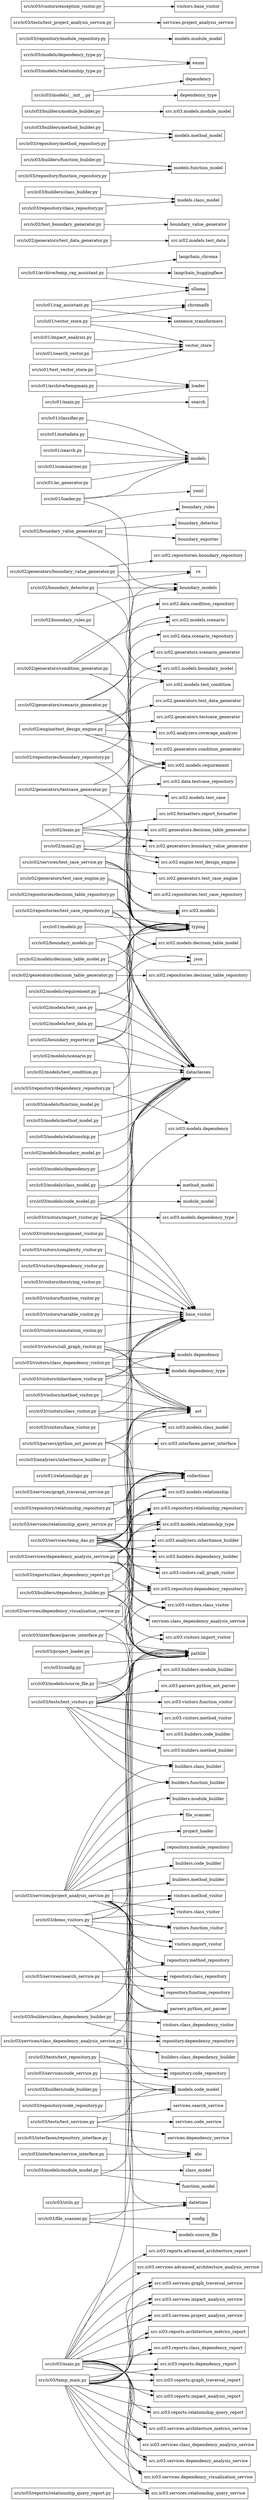
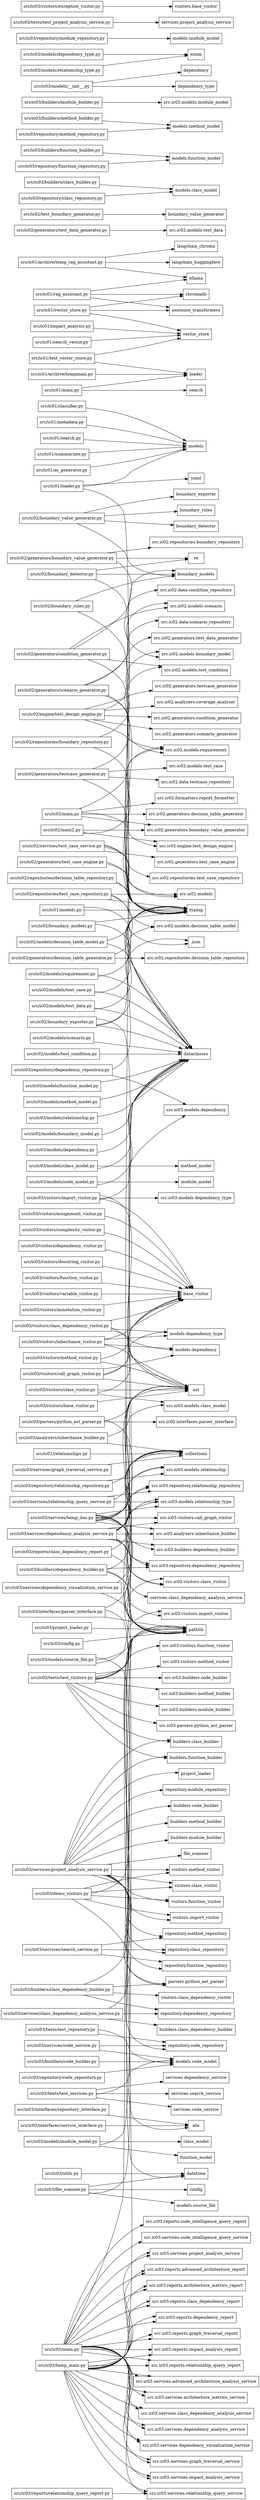
digraph "Module Dependency Graph" {
    rankdir=LR;
    node [shape=box];

    "src/ic01/ac_generator.py" -> "models";
    "src/ic01/archive/temp_rag_assistant.py" -> "langchain_chroma";
    "src/ic01/archive/temp_rag_assistant.py" -> "langchain_huggingface";
    "src/ic01/archive/temp_rag_assistant.py" -> "ollama";
    "src/ic01/archive/tempmain.py" -> "loader";
    "src/ic01/classifier.py" -> "models";
    "src/ic01/impact_analysis.py" -> "vector_store";
    "src/ic01/loader.py" -> "models";
    "src/ic01/loader.py" -> "pathlib";
    "src/ic01/loader.py" -> "yaml";
    "src/ic01/main.py" -> "loader";
    "src/ic01/main.py" -> "search";
    "src/ic01/metadata.py" -> "models";
    "src/ic01/models.py" -> "dataclasses";
    "src/ic01/models.py" -> "typing";
    "src/ic01/rag_assistant.py" -> "chromadb";
    "src/ic01/rag_assistant.py" -> "ollama";
    "src/ic01/rag_assistant.py" -> "sentence_transformers";
    "src/ic01/relationships.py" -> "collections";
    "src/ic01/search.py" -> "models";
    "src/ic01/search_vector.py" -> "vector_store";
    "src/ic01/summarizer.py" -> "models";
    "src/ic01/test_vector_store.py" -> "loader";
    "src/ic01/test_vector_store.py" -> "vector_store";
    "src/ic01/vector_store.py" -> "chromadb";
    "src/ic01/vector_store.py" -> "sentence_transformers";
    "src/ic01/vector_store.py" -> "vector_store";
    "src/ic02/boundary_detector.py" -> "boundary_models";
    "src/ic02/boundary_detector.py" -> "re";
    "src/ic02/boundary_detector.py" -> "typing";
    "src/ic02/boundary_exporter.py" -> "boundary_models";
    "src/ic02/boundary_exporter.py" -> "dataclasses";
    "src/ic02/boundary_exporter.py" -> "json";
    "src/ic02/boundary_exporter.py" -> "pathlib";
    "src/ic02/boundary_models.py" -> "dataclasses";
    "src/ic02/boundary_models.py" -> "typing";
    "src/ic02/boundary_rules.py" -> "boundary_models";
    "src/ic02/boundary_rules.py" -> "typing";
    "src/ic02/boundary_value_generator.py" -> "boundary_detector";
    "src/ic02/boundary_value_generator.py" -> "boundary_exporter";
    "src/ic02/boundary_value_generator.py" -> "boundary_models";
    "src/ic02/boundary_value_generator.py" -> "boundary_rules";
    "src/ic02/engine/test_design_engine.py" -> "src.ic02.analyzers.coverage_analyzer";
    "src/ic02/engine/test_design_engine.py" -> "src.ic02.generators.condition_generator";
    "src/ic02/engine/test_design_engine.py" -> "src.ic02.generators.scenario_generator";
    "src/ic02/engine/test_design_engine.py" -> "src.ic02.generators.test_data_generator";
    "src/ic02/engine/test_design_engine.py" -> "src.ic02.generators.testcase_generator";
    "src/ic02/engine/test_design_engine.py" -> "src.ic02.models.requirement";
    "src/ic02/generators/boundary_value_generator.py" -> "re";
    "src/ic02/generators/boundary_value_generator.py" -> "src.ic02.models.boundary_model";
    "src/ic02/generators/boundary_value_generator.py" -> "src.ic02.repositories.boundary_repository";
    "src/ic02/generators/condition_generator.py" -> "src.ic02.data.condition_repository";
    "src/ic02/generators/condition_generator.py" -> "src.ic02.models.scenario";
    "src/ic02/generators/condition_generator.py" -> "src.ic02.models.test_condition";
    "src/ic02/generators/condition_generator.py" -> "typing";
    "src/ic02/generators/decision_table_generator.py" -> "src.ic02.models.decision_table_model";
    "src/ic02/generators/decision_table_generator.py" -> "src.ic02.repositories.decision_table_repository";
    "src/ic02/generators/scenario_generator.py" -> "src.ic02.data.scenario_repository";
    "src/ic02/generators/scenario_generator.py" -> "src.ic02.models.requirement";
    "src/ic02/generators/scenario_generator.py" -> "src.ic02.models.scenario";
    "src/ic02/generators/scenario_generator.py" -> "typing";
    "src/ic02/generators/test_case_engine.py" -> "src.ic02.models";
    "src/ic02/generators/test_case_engine.py" -> "typing";
    "src/ic02/generators/test_data_generator.py" -> "src.ic02.models.test_data";
    "src/ic02/generators/testcase_generator.py" -> "src.ic02.data.testcase_repository";
    "src/ic02/generators/testcase_generator.py" -> "src.ic02.models.test_case";
    "src/ic02/generators/testcase_generator.py" -> "src.ic02.models.test_condition";
    "src/ic02/generators/testcase_generator.py" -> "typing";
    "src/ic02/main.py" -> "src.ic02.engine.test_design_engine";
    "src/ic02/main.py" -> "src.ic02.formatters.report_formatter";
    "src/ic02/main.py" -> "src.ic02.generators.boundary_value_generator";
    "src/ic02/main.py" -> "src.ic02.generators.decision_table_generator";
    "src/ic02/main.py" -> "src.ic02.models.requirement";
    "src/ic02/main2.py" -> "src.ic02.engine.test_design_engine";
    "src/ic02/main2.py" -> "src.ic02.generators.boundary_value_generator";
    "src/ic02/main2.py" -> "src.ic02.models.requirement";
    "src/ic02/models/boundary_model.py" -> "dataclasses";
    "src/ic02/models/decision_table_model.py" -> "dataclasses";
    "src/ic02/models/decision_table_model.py" -> "typing";
    "src/ic02/models/requirement.py" -> "dataclasses";
    "src/ic02/models/requirement.py" -> "typing";
    "src/ic02/models/scenario.py" -> "dataclasses";
    "src/ic02/models/test_case.py" -> "dataclasses";
    "src/ic02/models/test_case.py" -> "typing";
    "src/ic02/models/test_condition.py" -> "dataclasses";
    "src/ic02/models/test_data.py" -> "dataclasses";
    "src/ic02/models/test_data.py" -> "typing";
    "src/ic02/repositories/boundary_repository.py" -> "src.ic02.models.boundary_model";
    "src/ic02/repositories/boundary_repository.py" -> "typing";
    "src/ic02/repositories/decision_table_repository.py" -> "src.ic02.models.decision_table_model";
    "src/ic02/repositories/decision_table_repository.py" -> "typing";
    "src/ic02/repositories/test_case_repository.py" -> "dataclasses";
    "src/ic02/repositories/test_case_repository.py" -> "json";
    "src/ic02/repositories/test_case_repository.py" -> "src.ic02.models";
    "src/ic02/repositories/test_case_repository.py" -> "typing";
    "src/ic02/services/test_case_service.py" -> "src.ic02.generators.test_case_engine";
    "src/ic02/services/test_case_service.py" -> "src.ic02.models";
    "src/ic02/services/test_case_service.py" -> "src.ic02.repositories.test_case_repository";
    "src/ic02/services/test_case_service.py" -> "typing";
    "src/ic02/test_boundary_generator.py" -> "boundary_value_generator";
    "src/ic03/analyzers/inheritance_builder.py" -> "collections";
    "src/ic03/analyzers/inheritance_builder.py" -> "src.ic03.models.class_model";
    "src/ic03/builders/class_builder.py" -> "models.class_model";
    "src/ic03/builders/class_dependency_builder.py" -> "parsers.python_ast_parser";
    "src/ic03/builders/class_dependency_builder.py" -> "pathlib";
    "src/ic03/builders/class_dependency_builder.py" -> "repository.dependency_repository";
    "src/ic03/builders/class_dependency_builder.py" -> "visitors.class_dependency_visitor";
    "src/ic03/builders/code_builder.py" -> "models.code_model";
    "src/ic03/builders/dependency_builder.py" -> "ast";
    "src/ic03/builders/dependency_builder.py" -> "pathlib";
    "src/ic03/builders/dependency_builder.py" -> "src.ic03.repository.dependency_repository";
    "src/ic03/builders/dependency_builder.py" -> "src.ic03.visitors.import_visitor";
    "src/ic03/builders/function_builder.py" -> "models.function_model";
    "src/ic03/builders/method_builder.py" -> "models.method_model";
    "src/ic03/builders/module_builder.py" -> "src.ic03.models.module_model";
    "src/ic03/config.py" -> "pathlib";
    "src/ic03/demo_visitors.py" -> "parsers.python_ast_parser";
    "src/ic03/demo_visitors.py" -> "pathlib";
    "src/ic03/demo_visitors.py" -> "visitors.class_visitor";
    "src/ic03/demo_visitors.py" -> "visitors.function_visitor";
    "src/ic03/demo_visitors.py" -> "visitors.import_visitor";
    "src/ic03/demo_visitors.py" -> "visitors.method_visitor";
    "src/ic03/file_scanner.py" -> "config";
    "src/ic03/file_scanner.py" -> "datetime";
    "src/ic03/file_scanner.py" -> "models.source_file";
    "src/ic03/file_scanner.py" -> "pathlib";
    "src/ic03/interfaces/parser_interface.py" -> "abc";
    "src/ic03/interfaces/parser_interface.py" -> "ast";
    "src/ic03/interfaces/parser_interface.py" -> "pathlib";
    "src/ic03/interfaces/repository_interface.py" -> "abc";
    "src/ic03/interfaces/service_interface.py" -> "abc";
    "src/ic03/main.py" -> "pathlib";
    "src/ic03/main.py" -> "src.ic03.reports.advanced_architecture_report";
    "src/ic03/main.py" -> "src.ic03.reports.architecture_metrics_report";
    "src/ic03/main.py" -> "src.ic03.reports.class_dependency_report";
+     "src/ic03/main.py" -> "src.ic03.reports.code_intelligence_query_report";
    "src/ic03/main.py" -> "src.ic03.reports.dependency_report";
    "src/ic03/main.py" -> "src.ic03.reports.graph_traversal_report";
    "src/ic03/main.py" -> "src.ic03.reports.impact_analysis_report";
    "src/ic03/main.py" -> "src.ic03.reports.relationship_query_report";
    "src/ic03/main.py" -> "src.ic03.services.advanced_architecture_analysis_service";
    "src/ic03/main.py" -> "src.ic03.services.architecture_metrics_service";
    "src/ic03/main.py" -> "src.ic03.services.class_dependency_analysis_service";
+     "src/ic03/main.py" -> "src.ic03.services.code_intelligence_query_service";
    "src/ic03/main.py" -> "src.ic03.services.dependency_analysis_service";
    "src/ic03/main.py" -> "src.ic03.services.dependency_visualization_service";
    "src/ic03/main.py" -> "src.ic03.services.graph_traversal_service";
    "src/ic03/main.py" -> "src.ic03.services.impact_analysis_service";
    "src/ic03/main.py" -> "src.ic03.services.project_analysis_service";
    "src/ic03/main.py" -> "src.ic03.services.relationship_query_service";
    "src/ic03/models/__init__.py" -> "dependency";
    "src/ic03/models/__init__.py" -> "dependency_type";
    "src/ic03/models/class_model.py" -> "dataclasses";
    "src/ic03/models/class_model.py" -> "method_model";
    "src/ic03/models/code_model.py" -> "dataclasses";
    "src/ic03/models/code_model.py" -> "module_model";
    "src/ic03/models/dependency.py" -> "dataclasses";
    "src/ic03/models/dependency_type.py" -> "enum";
    "src/ic03/models/function_model.py" -> "dataclasses";
    "src/ic03/models/method_model.py" -> "dataclasses";
    "src/ic03/models/module_model.py" -> "class_model";
    "src/ic03/models/module_model.py" -> "dataclasses";
    "src/ic03/models/module_model.py" -> "function_model";
    "src/ic03/models/relationship.py" -> "dataclasses";
    "src/ic03/models/relationship_type.py" -> "enum";
    "src/ic03/models/source_file.py" -> "dataclasses";
    "src/ic03/models/source_file.py" -> "datetime";
    "src/ic03/models/source_file.py" -> "pathlib";
    "src/ic03/parsers/python_ast_parser.py" -> "ast";
    "src/ic03/parsers/python_ast_parser.py" -> "pathlib";
    "src/ic03/parsers/python_ast_parser.py" -> "src.ic03.interfaces.parser_interface";
    "src/ic03/project_loader.py" -> "pathlib";
    "src/ic03/reports/class_dependency_report.py" -> "collections";
    "src/ic03/reports/class_dependency_report.py" -> "services.class_dependency_analysis_service";
    "src/ic03/reports/relationship_query_report.py" -> "src.ic03.services.relationship_query_service";
    "src/ic03/repository/class_repository.py" -> "models.class_model";
    "src/ic03/repository/code_repository.py" -> "models.code_model";
    "src/ic03/repository/dependency_repository.py" -> "src.ic03.models.dependency";
    "src/ic03/repository/dependency_repository.py" -> "typing";
    "src/ic03/repository/function_repository.py" -> "models.function_model";
    "src/ic03/repository/method_repository.py" -> "models.method_model";
    "src/ic03/repository/module_repository.py" -> "models.module_model";
    "src/ic03/repository/relationship_repository.py" -> "collections";
    "src/ic03/repository/relationship_repository.py" -> "src.ic03.models.relationship";
    "src/ic03/services/class_dependency_analysis_service.py" -> "builders.class_dependency_builder";
    "src/ic03/services/class_dependency_analysis_service.py" -> "pathlib";
    "src/ic03/services/class_dependency_analysis_service.py" -> "repository.dependency_repository";
    "src/ic03/services/code_service.py" -> "models.code_model";
    "src/ic03/services/code_service.py" -> "repository.code_repository";
    "src/ic03/services/dependency_analysis_service.py" -> "ast";
    "src/ic03/services/dependency_analysis_service.py" -> "collections";
    "src/ic03/services/dependency_analysis_service.py" -> "pathlib";
    "src/ic03/services/dependency_analysis_service.py" -> "src.ic03.analyzers.inheritance_builder";
    "src/ic03/services/dependency_analysis_service.py" -> "src.ic03.builders.dependency_builder";
    "src/ic03/services/dependency_analysis_service.py" -> "src.ic03.models.relationship";
    "src/ic03/services/dependency_analysis_service.py" -> "src.ic03.models.relationship_type";
    "src/ic03/services/dependency_analysis_service.py" -> "src.ic03.repository.dependency_repository";
    "src/ic03/services/dependency_analysis_service.py" -> "src.ic03.repository.relationship_repository";
    "src/ic03/services/dependency_analysis_service.py" -> "src.ic03.visitors.call_graph_visitor";
    "src/ic03/services/dependency_analysis_service.py" -> "src.ic03.visitors.class_visitor";
    "src/ic03/services/dependency_visualization_service.py" -> "pathlib";
    "src/ic03/services/dependency_visualization_service.py" -> "src.ic03.models.relationship_type";
    "src/ic03/services/graph_traversal_service.py" -> "collections";
    "src/ic03/services/project_analysis_service.py" -> "builders.class_builder";
    "src/ic03/services/project_analysis_service.py" -> "builders.code_builder";
    "src/ic03/services/project_analysis_service.py" -> "builders.function_builder";
    "src/ic03/services/project_analysis_service.py" -> "builders.method_builder";
    "src/ic03/services/project_analysis_service.py" -> "builders.module_builder";
    "src/ic03/services/project_analysis_service.py" -> "file_scanner";
    "src/ic03/services/project_analysis_service.py" -> "parsers.python_ast_parser";
    "src/ic03/services/project_analysis_service.py" -> "project_loader";
    "src/ic03/services/project_analysis_service.py" -> "repository.class_repository";
    "src/ic03/services/project_analysis_service.py" -> "repository.code_repository";
    "src/ic03/services/project_analysis_service.py" -> "repository.function_repository";
    "src/ic03/services/project_analysis_service.py" -> "repository.method_repository";
    "src/ic03/services/project_analysis_service.py" -> "repository.module_repository";
    "src/ic03/services/project_analysis_service.py" -> "visitors.class_visitor";
    "src/ic03/services/project_analysis_service.py" -> "visitors.function_visitor";
    "src/ic03/services/project_analysis_service.py" -> "visitors.import_visitor";
    "src/ic03/services/project_analysis_service.py" -> "visitors.method_visitor";
    "src/ic03/services/relationship_query_service.py" -> "collections";
    "src/ic03/services/relationship_query_service.py" -> "src.ic03.models.relationship_type";
    "src/ic03/services/relationship_query_service.py" -> "src.ic03.repository.relationship_repository";
    "src/ic03/services/search_service.py" -> "repository.class_repository";
    "src/ic03/services/search_service.py" -> "repository.function_repository";
    "src/ic03/services/search_service.py" -> "repository.method_repository";
    "src/ic03/services/temp_das.py" -> "ast";
    "src/ic03/services/temp_das.py" -> "collections";
    "src/ic03/services/temp_das.py" -> "pathlib";
    "src/ic03/services/temp_das.py" -> "src.ic03.analyzers.inheritance_builder";
    "src/ic03/services/temp_das.py" -> "src.ic03.builders.dependency_builder";
    "src/ic03/services/temp_das.py" -> "src.ic03.models.relationship";
    "src/ic03/services/temp_das.py" -> "src.ic03.models.relationship_type";
    "src/ic03/services/temp_das.py" -> "src.ic03.repository.dependency_repository";
    "src/ic03/services/temp_das.py" -> "src.ic03.repository.relationship_repository";
    "src/ic03/services/temp_das.py" -> "src.ic03.visitors.call_graph_visitor";
    "src/ic03/services/temp_das.py" -> "src.ic03.visitors.class_visitor";
    "src/ic03/temp_main.py" -> "pathlib";
+     "src/ic03/temp_main.py" -> "src.ic03.reports.advanced_architecture_report";
    "src/ic03/temp_main.py" -> "src.ic03.reports.architecture_metrics_report";
    "src/ic03/temp_main.py" -> "src.ic03.reports.class_dependency_report";
    "src/ic03/temp_main.py" -> "src.ic03.reports.dependency_report";
    "src/ic03/temp_main.py" -> "src.ic03.reports.graph_traversal_report";
    "src/ic03/temp_main.py" -> "src.ic03.reports.impact_analysis_report";
    "src/ic03/temp_main.py" -> "src.ic03.reports.relationship_query_report";
+     "src/ic03/temp_main.py" -> "src.ic03.services.advanced_architecture_analysis_service";
    "src/ic03/temp_main.py" -> "src.ic03.services.architecture_metrics_service";
    "src/ic03/temp_main.py" -> "src.ic03.services.class_dependency_analysis_service";
    "src/ic03/temp_main.py" -> "src.ic03.services.dependency_analysis_service";
    "src/ic03/temp_main.py" -> "src.ic03.services.dependency_visualization_service";
    "src/ic03/temp_main.py" -> "src.ic03.services.graph_traversal_service";
    "src/ic03/temp_main.py" -> "src.ic03.services.impact_analysis_service";
    "src/ic03/temp_main.py" -> "src.ic03.services.project_analysis_service";
    "src/ic03/temp_main.py" -> "src.ic03.services.relationship_query_service";
    "src/ic03/tests/test_project_analysis_service.py" -> "services.project_analysis_service";
    "src/ic03/tests/test_repository.py" -> "models.code_model";
    "src/ic03/tests/test_repository.py" -> "repository.code_repository";
    "src/ic03/tests/test_services.py" -> "models.code_model";
    "src/ic03/tests/test_services.py" -> "services.code_service";
    "src/ic03/tests/test_services.py" -> "services.dependency_service";
    "src/ic03/tests/test_services.py" -> "services.search_service";
    "src/ic03/tests/test_visitors.py" -> "builders.class_builder";
    "src/ic03/tests/test_visitors.py" -> "builders.function_builder";
    "src/ic03/tests/test_visitors.py" -> "pathlib";
    "src/ic03/tests/test_visitors.py" -> "src.ic03.builders.code_builder";
    "src/ic03/tests/test_visitors.py" -> "src.ic03.builders.method_builder";
    "src/ic03/tests/test_visitors.py" -> "src.ic03.builders.module_builder";
    "src/ic03/tests/test_visitors.py" -> "src.ic03.parsers.python_ast_parser";
    "src/ic03/tests/test_visitors.py" -> "src.ic03.visitors.class_visitor";
    "src/ic03/tests/test_visitors.py" -> "src.ic03.visitors.function_visitor";
    "src/ic03/tests/test_visitors.py" -> "src.ic03.visitors.import_visitor";
    "src/ic03/tests/test_visitors.py" -> "src.ic03.visitors.method_visitor";
    "src/ic03/utils.py" -> "datetime";
    "src/ic03/visitors/annotation_visitor.py" -> "base_visitor";
    "src/ic03/visitors/assignment_visitor.py" -> "base_visitor";
    "src/ic03/visitors/base_visitor.py" -> "ast";
    "src/ic03/visitors/call_graph_visitor.py" -> "ast";
    "src/ic03/visitors/call_graph_visitor.py" -> "base_visitor";
    "src/ic03/visitors/call_graph_visitor.py" -> "models.dependency";
    "src/ic03/visitors/call_graph_visitor.py" -> "models.dependency_type";
    "src/ic03/visitors/class_dependency_visitor.py" -> "ast";
    "src/ic03/visitors/class_dependency_visitor.py" -> "base_visitor";
    "src/ic03/visitors/class_dependency_visitor.py" -> "models.dependency";
    "src/ic03/visitors/class_dependency_visitor.py" -> "models.dependency_type";
    "src/ic03/visitors/class_visitor.py" -> "ast";
    "src/ic03/visitors/class_visitor.py" -> "base_visitor";
    "src/ic03/visitors/class_visitor.py" -> "src.ic03.models.class_model";
    "src/ic03/visitors/complexity_visitor.py" -> "base_visitor";
    "src/ic03/visitors/dependency_visitor.py" -> "base_visitor";
    "src/ic03/visitors/docstring_visitor.py" -> "base_visitor";
    "src/ic03/visitors/exception_visitor.py" -> "visitors.base_visitor";
    "src/ic03/visitors/function_visitor.py" -> "base_visitor";
    "src/ic03/visitors/import_visitor.py" -> "ast";
    "src/ic03/visitors/import_visitor.py" -> "base_visitor";
    "src/ic03/visitors/import_visitor.py" -> "src.ic03.models.dependency";
    "src/ic03/visitors/import_visitor.py" -> "src.ic03.models.dependency_type";
    "src/ic03/visitors/inheritance_visitor.py" -> "ast";
    "src/ic03/visitors/inheritance_visitor.py" -> "base_visitor";
    "src/ic03/visitors/inheritance_visitor.py" -> "models.dependency";
    "src/ic03/visitors/inheritance_visitor.py" -> "models.dependency_type";
    "src/ic03/visitors/method_visitor.py" -> "ast";
    "src/ic03/visitors/method_visitor.py" -> "base_visitor";
    "src/ic03/visitors/variable_visitor.py" -> "base_visitor";
}
